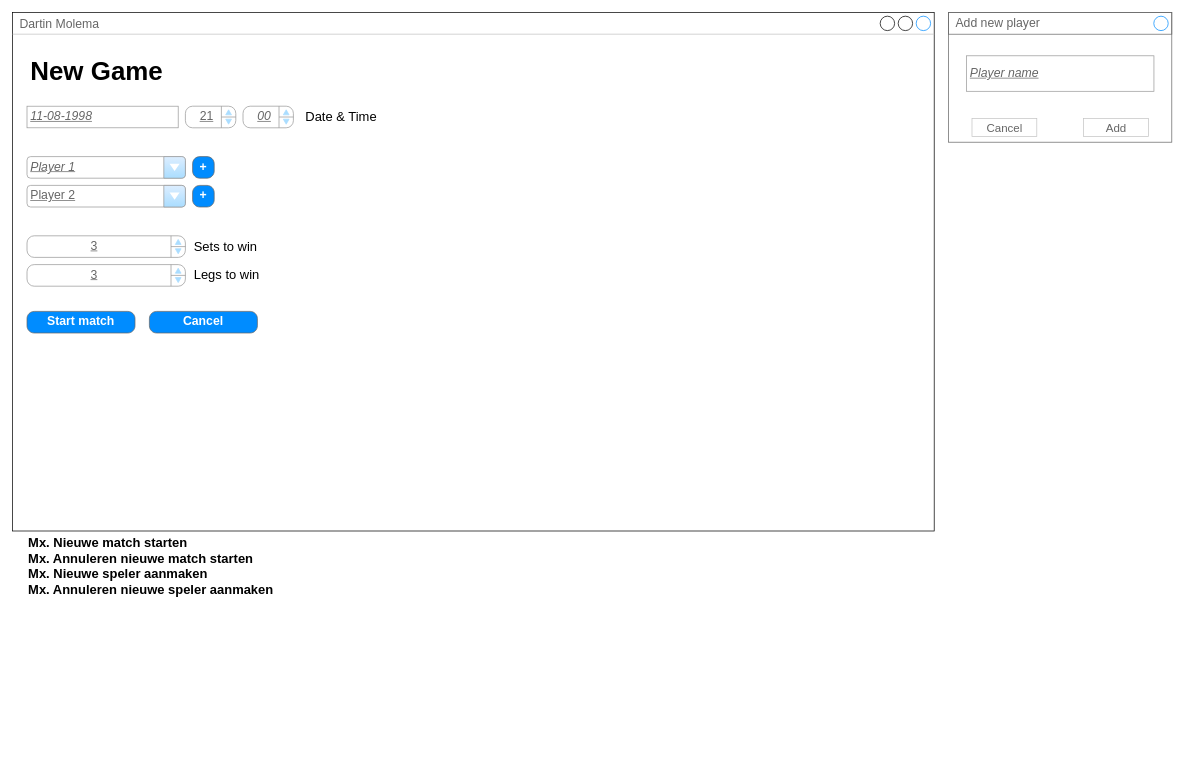
This is page "New Game" (2 of 7) of Documentation/Wireframes/Wireframes.drawio from Keyslam/DartinMolema, a draw.io file, before an edit. Source tidied: cells renumbered, new cells numbered last; positions are measured from the earlier drawing's top-left corner, leaving out a move shared by most shapes. Both pictures are drawn from the tidied source at 72%, with x=0, y=0 at pixel (12, 12).
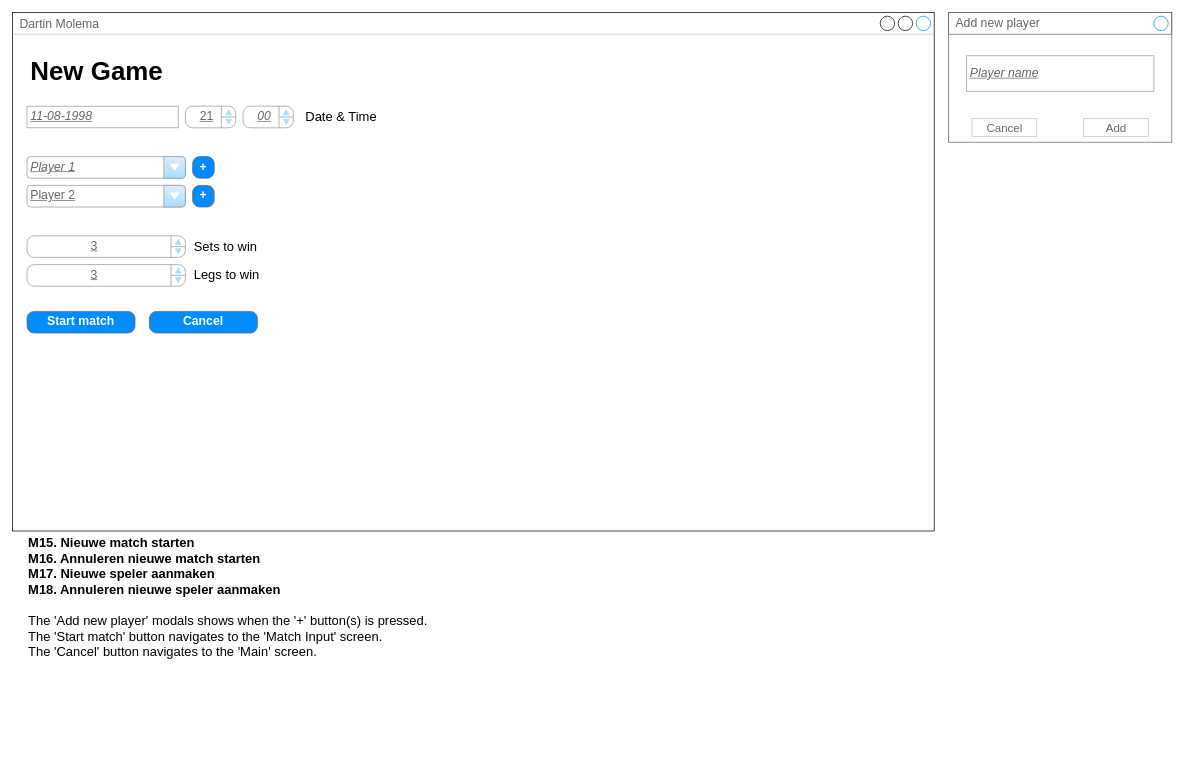
Above is the later version.

What changed in the source:
```diff
@@
-    <mxCell id="29" value="&lt;b&gt;Mx. Nieuwe match starten&lt;br&gt;Mx. Annuleren nieuwe match starten&lt;br&gt;Mx. Nieuwe speler aanmaken&lt;br&gt;Mx. Annuleren nieuwe speler aanmaken&lt;br&gt;&lt;br&gt;&lt;/b&gt;" style="text;html=1;strokeColor=none;fillColor=none;align=left;verticalAlign=top;whiteSpace=wrap;rounded=0;fontSize=18;" parent="1" vertex="1">
-      <mxGeometry x="20" y="720" width="1240" height="100" as="geometry" />
+    <mxCell id="29" value="&lt;b&gt;M15. Nieuwe match starten&lt;/b&gt;&lt;br&gt;&lt;b&gt;M16. Annuleren nieuwe match starten&lt;/b&gt;&lt;br&gt;&lt;b&gt;M17. Nieuwe speler aanmaken&lt;/b&gt;&lt;br&gt;&lt;b&gt;M18. Annuleren nieuwe speler aanmaken&lt;/b&gt;&lt;br&gt;&lt;br&gt;The 'Add new player' modals shows when the '+' button(s) is pressed.&lt;br&gt;The 'Start match' button navigates to the 'Match Input' screen.&lt;br&gt;The 'Cancel' button navigates to the 'Main' screen." style="text;html=1;strokeColor=none;fillColor=none;align=left;verticalAlign=top;whiteSpace=wrap;rounded=0;fontSize=18;" parent="1" vertex="1">
+      <mxGeometry x="20" y="720" width="1240" height="320" as="geometry" />
     </mxCell>
```
